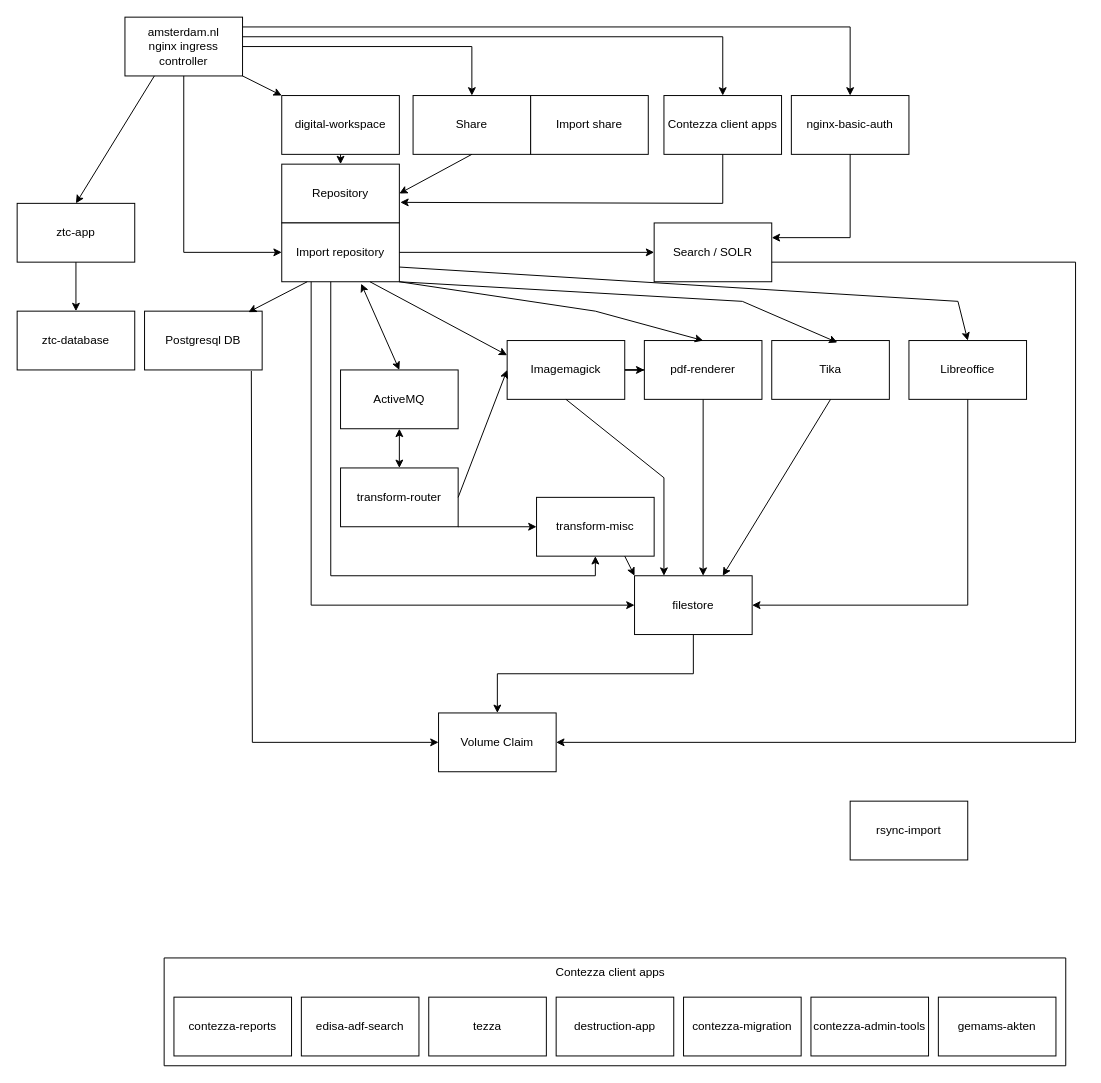
This is Untitled Diagram.drawio from lobbrecht-capgemini/charts, a draw.io file, before an edit. Source tidied: cells renumbered, new cells numbered last; positions are measured from the earlier drawing's top-left corner, leaving out a move shared by most shapes. Both pictures are drawn from the tidied source at 98%, with x=0, y=0 at pixel (17, 17).
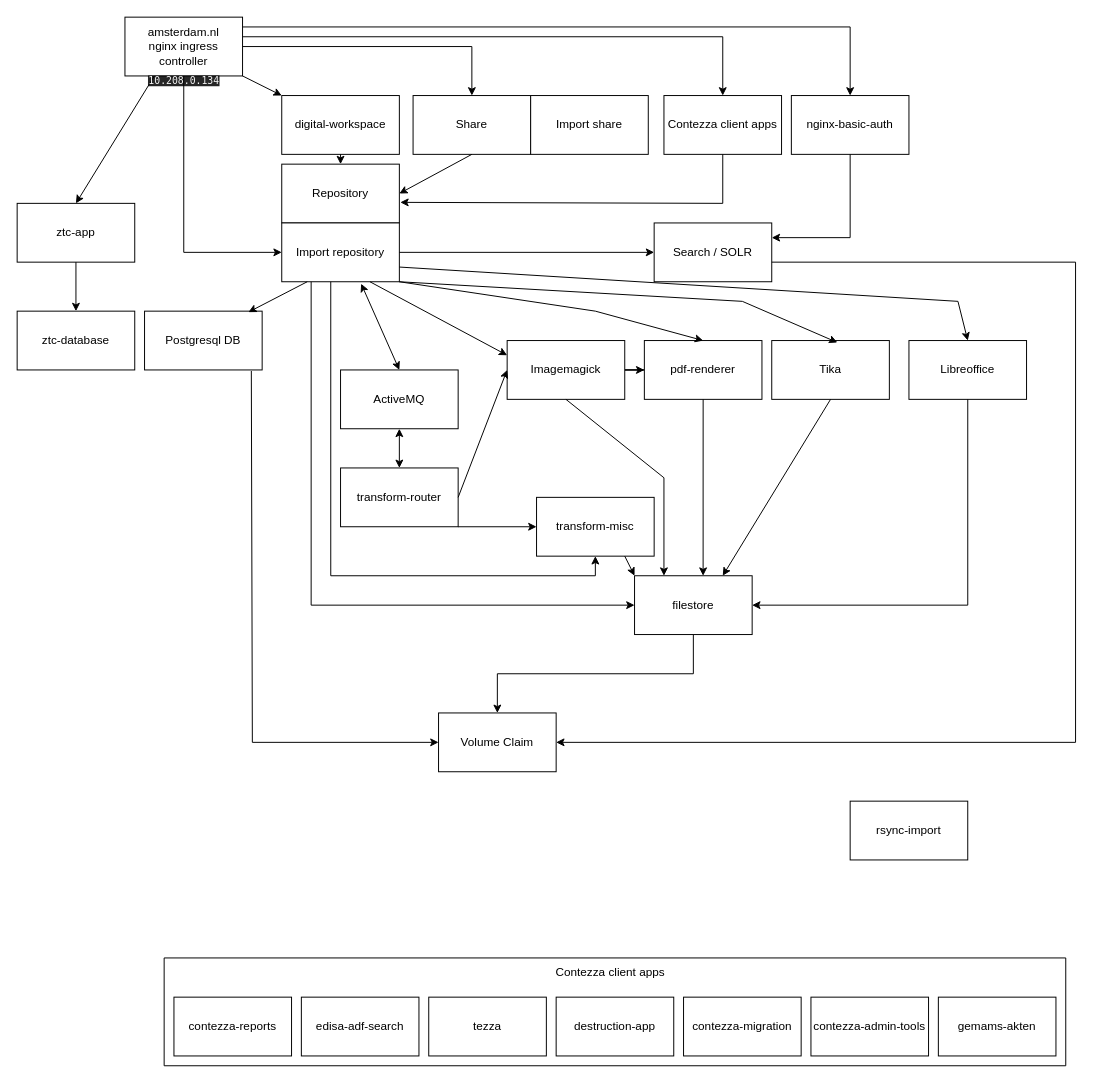
After the change.

What changed in the source:
```diff
@@
+    <mxCell id="65" value="&lt;p style=&quot;margin: 0px; font-stretch: normal; font-size: 10px; line-height: normal; font-family: Monaco; color: rgb(242, 242, 242); background-color: rgba(0, 0, 0, 0.85);&quot;&gt;10.208.0.134&lt;/p&gt;" style="text;html=1;align=center;verticalAlign=middle;strokeColor=none;fillColor=none;" parent="1" vertex="1">
+      <mxGeometry x="120" y="50" width="100" height="30" as="geometry" />
+    </mxCell>
```
